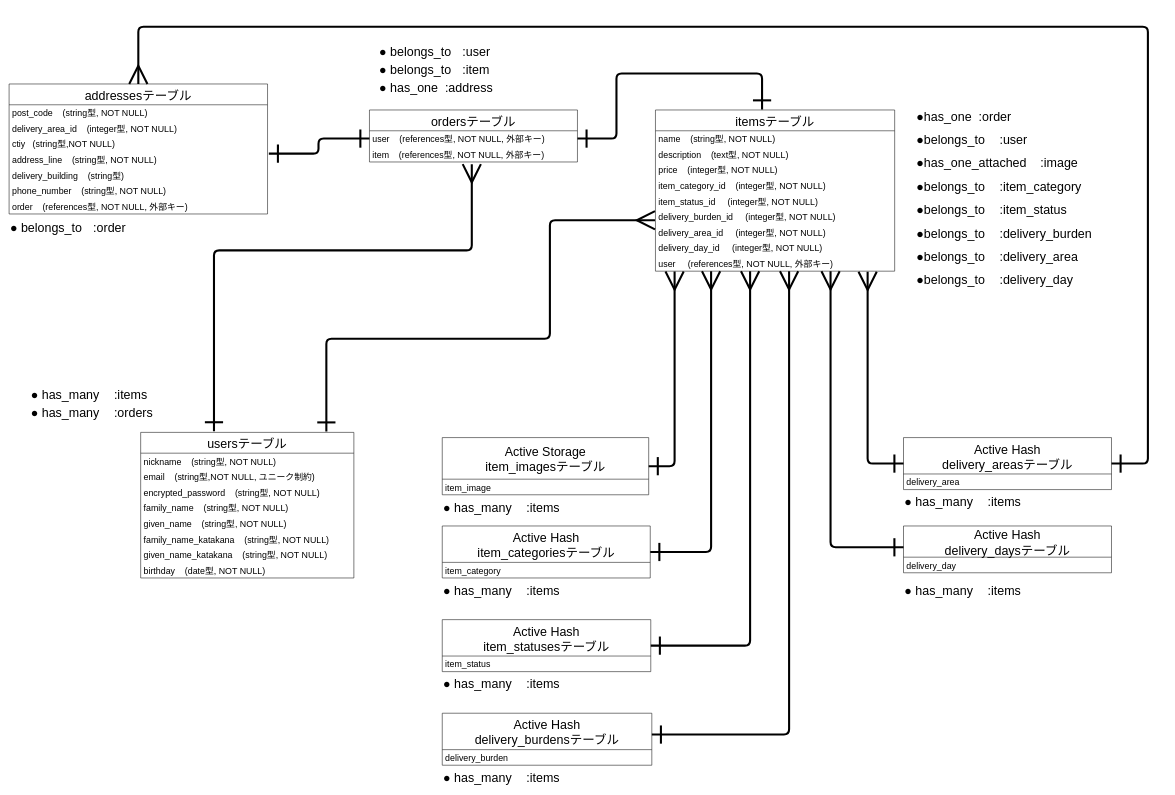
torako-san/furima-37647 keeps this draw.io diagram as 相関図.dio. Above is the earlier version. Source tidied: cells renumbered, new cells numbered last; positions are measured from the earlier drawing's top-left corner, leaving out a move shared by most shapes. Both pictures are drawn from the tidied source at 52%, with x=0, y=0 at pixel (9, 27).
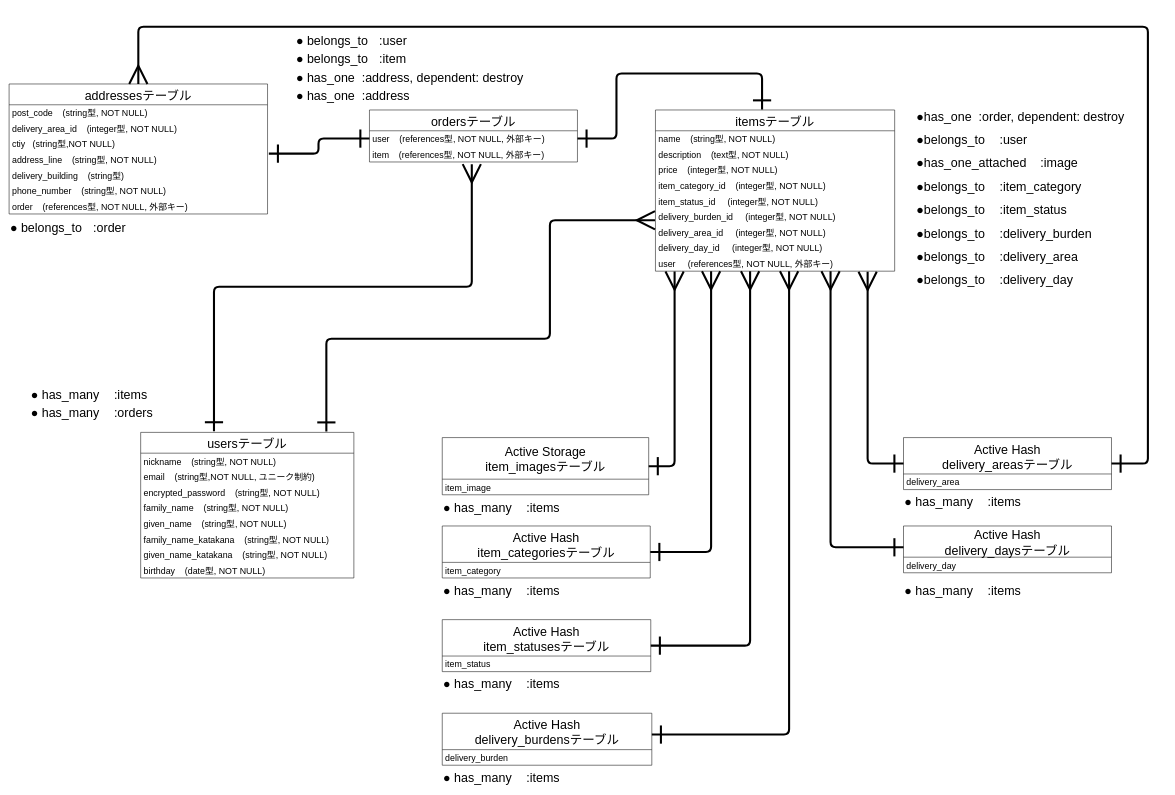
After the change.

Commit message (it also covers changes not shown here):
ordersとitemsテーブルのアソシエーションの追加

The change refers to these unchanged cells:
```xml
<mxCell id="23" value="item    (references型, NOT NULL, 外部キー)" style="text;strokeColor=none;fillColor=none;align=left;verticalAlign=middle;spacingLeft=4;spacingRight=4;overflow=hidden;points=[[0,0.5],[1,0.5]];portConstraint=eastwest;fontSize=17;" parent="21" vertex="1">
  <mxGeometry y="70" width="400" height="30" as="geometry" />
</mxCell>
<mxCell id="50" style="group;" parent="1" vertex="1">
  <mxGeometry x="1743" y="150" width="447" height="360" as="geometry" />
</mxCell>
```

Change to the diagram source:
```diff
@@
     <mxCell id="24" style="edgeStyle=orthogonalEdgeStyle;html=1;jumpSize=7;strokeWidth=4;endArrow=ERmany;endFill=0;endSize=30;fontSize=15;startArrow=ERone;startFill=0;startSize=30;entryX=0.492;entryY=1.138;entryDx=0;entryDy=0;entryPerimeter=0;" parent="1" edge="1" target="23">
       <mxGeometry relative="1" as="geometry">
         <mxPoint x="394" y="778" as="sourcePoint" />
         <Array as="points">
-          <mxPoint x="394" y="430" />
-          <mxPoint x="890" y="430" />
+          <mxPoint x="394" y="500" />
+          <mxPoint x="890" y="500" />
         </Array>
       </mxGeometry>
     </mxCell>
@@
-    <mxCell id="52" value="●has_one&amp;nbsp; :order" style="text;html=1;strokeColor=none;fillColor=none;align=left;verticalAlign=middle;whiteSpace=wrap;rounded=0;fontSize=24;" parent="50" vertex="1">
+    <mxCell id="52" value="●has_one&amp;nbsp; :order, dependent: destroy" style="text;html=1;strokeColor=none;fillColor=none;align=left;verticalAlign=middle;whiteSpace=wrap;rounded=0;fontSize=24;" parent="50" vertex="1">
       <mxGeometry width="447" height="45" as="geometry" />
     </mxCell>
@@
     <mxCell id="70" value="● belongs_to&lt;span style=&quot;white-space: pre&quot;&gt;&#9;&lt;/span&gt;:user" style="text;html=1;strokeColor=none;fillColor=none;align=left;verticalAlign=middle;whiteSpace=wrap;rounded=0;fontSize=24;" parent="1" vertex="1">
-      <mxGeometry x="710" y="30" width="300" height="35" as="geometry" />
+      <mxGeometry x="550" y="10" width="480" height="35" as="geometry" />
     </mxCell>
     <mxCell id="71" value="● belongs_to&lt;span style=&quot;white-space: pre&quot;&gt;&#9;&lt;/span&gt;:item" style="text;html=1;strokeColor=none;fillColor=none;align=left;verticalAlign=middle;whiteSpace=wrap;rounded=0;fontSize=24;" parent="1" vertex="1">
-      <mxGeometry x="710" y="65" width="300" height="35" as="geometry" />
+      <mxGeometry x="550" y="45" width="480" height="35" as="geometry" />
     </mxCell>
-    <mxCell id="72" value="● has_one&amp;nbsp; :address" style="text;html=1;strokeColor=none;fillColor=none;align=left;verticalAlign=middle;whiteSpace=wrap;rounded=0;fontSize=24;" parent="1" vertex="1">
-      <mxGeometry x="710" y="100" width="300" height="35" as="geometry" />
+    <mxCell id="72" value="● has_one&amp;nbsp; :address, dependent: destroy" style="text;html=1;strokeColor=none;fillColor=none;align=left;verticalAlign=middle;whiteSpace=wrap;rounded=0;fontSize=24;" parent="1" vertex="1">
+      <mxGeometry x="550" y="80" width="660" height="35" as="geometry" />
     </mxCell>
@@
+    <mxCell id="77" value="● has_one&amp;nbsp; :address" style="text;html=1;strokeColor=none;fillColor=none;align=left;verticalAlign=middle;whiteSpace=wrap;rounded=0;fontSize=24;" parent="1" vertex="1">
+      <mxGeometry x="550" y="115" width="480" height="35" as="geometry" />
+    </mxCell>
```
